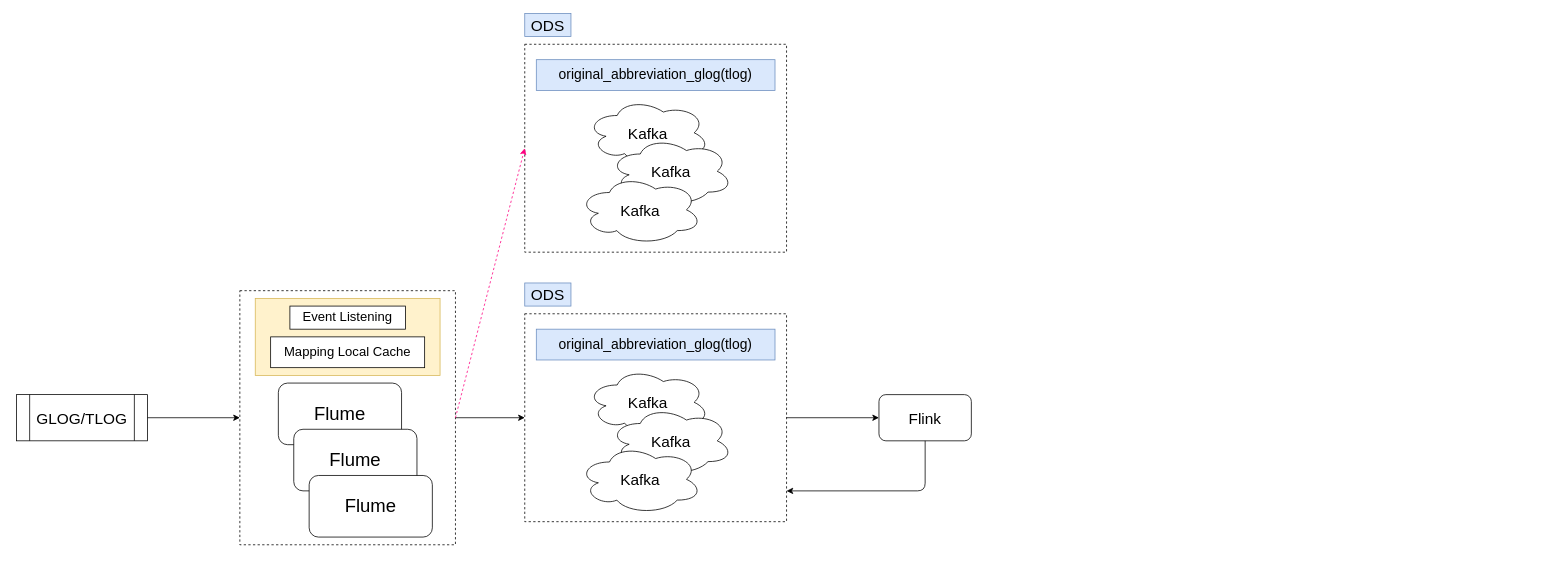
This is map/Real-Time-Data-Split.drawio from imperio-wxm/draw, a draw.io file, before an edit. Source tidied: cells renumbered, new cells numbered last; positions are measured from the earlier drawing's top-left corner, leaving out a move shared by most shapes. Both pictures are drawn from the tidied source at 77%, with x=0, y=0 at pixel (16, 13).
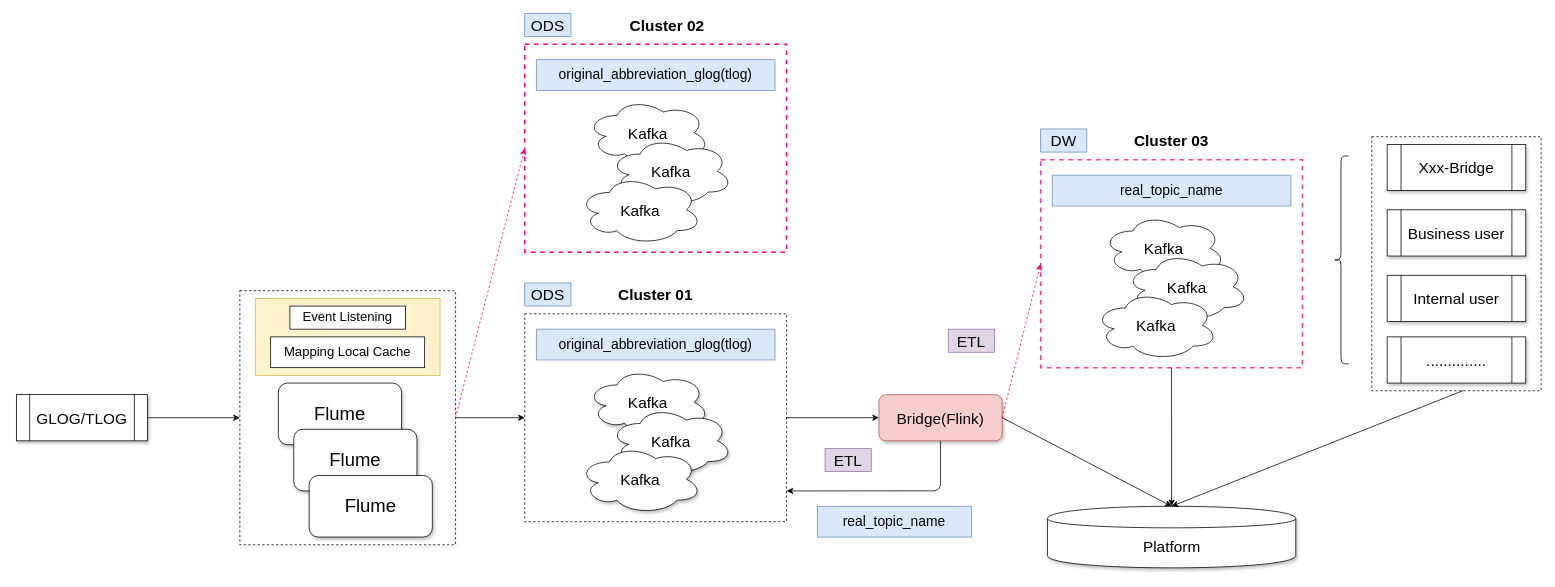
The same page after the edit.

The edit, as a diff of the source:
```diff
@@
+    <mxCell id="12" style="group;shadow=1;" parent="1" vertex="1">
+      <mxGeometry x="660" y="390" width="340" height="270" as="geometry" />
+    </mxCell>
+    <mxCell id="18" style="rounded=0;whiteSpace=wrap;html=1;fillColor=none;dashed=1;" parent="12" vertex="1">
+      <mxGeometry width="340" height="270" as="geometry" />
+    </mxCell>
+    <mxCell id="13" style="group;shadow=0;" parent="12" vertex="1">
+      <mxGeometry x="70" y="70" width="200" height="190" as="geometry" />
+    </mxCell>
+    <mxCell id="14" value="&lt;font style=&quot;font-size: 20px&quot;&gt;Kafka&lt;/font&gt;" style="ellipse;shape=cloud;whiteSpace=wrap;html=1;shadow=1;" parent="13" vertex="1">
+      <mxGeometry x="10" width="160" height="90" as="geometry" />
+    </mxCell>
+    <mxCell id="15" value="&lt;font style=&quot;font-size: 20px&quot;&gt;Kafka&lt;/font&gt;" style="ellipse;shape=cloud;whiteSpace=wrap;html=1;shadow=1;" parent="13" vertex="1">
+      <mxGeometry x="40" y="50" width="160" height="90" as="geometry" />
+    </mxCell>
+    <mxCell id="16" value="&lt;font style=&quot;font-size: 20px&quot;&gt;Kafka&lt;/font&gt;" style="ellipse;shape=cloud;whiteSpace=wrap;html=1;shadow=1;" parent="13" vertex="1">
+      <mxGeometry y="100" width="160" height="90" as="geometry" />
+    </mxCell>
+    <mxCell id="17" value="&lt;font style=&quot;font-size: 18px&quot;&gt;original_abbreviation_glog(tlog)&lt;/font&gt;" style="text;html=1;strokeColor=#6c8ebf;fillColor=#dae8fc;align=center;verticalAlign=middle;whiteSpace=wrap;rounded=0;" parent="12" vertex="1">
+      <mxGeometry x="15" y="20" width="310" height="40" as="geometry" />
+    </mxCell>
+    <mxCell id="32" style="rounded=0;whiteSpace=wrap;html=1;strokeColor=#000000;strokeWidth=1;fillColor=none;dashed=1;" parent="1" vertex="1">
+      <mxGeometry x="1760" y="160" width="220" height="330" as="geometry" />
+    </mxCell>
-    <mxCell id="2" style="rounded=0;whiteSpace=wrap;html=1;fillColor=none;dashed=1;" parent="1" vertex="1">
+    <mxCell id="2" style="rounded=0;whiteSpace=wrap;html=1;fillColor=none;dashed=1;glass=0;comic=0;shadow=1;" parent="1" vertex="1">
       <mxGeometry x="290" y="360" width="280" height="330" as="geometry" />
     </mxCell>
-    <mxCell id="3" value="&lt;font style=&quot;font-size: 20px&quot;&gt;GLOG/TLOG&lt;/font&gt;" style="shape=process;whiteSpace=wrap;html=1;backgroundOutline=1;fillColor=#ffffff;" parent="1" vertex="1">
+    <mxCell id="3" value="&lt;font style=&quot;font-size: 20px&quot;&gt;GLOG/TLOG&lt;/font&gt;" style="shape=process;whiteSpace=wrap;html=1;backgroundOutline=1;fillColor=#ffffff;shadow=1;" parent="1" vertex="1">
       <mxGeometry y="495" width="170" height="60" as="geometry" />
     </mxCell>
@@
-    <mxCell id="9" value="&lt;font style=&quot;font-size: 24px&quot;&gt;Flume&lt;/font&gt;" style="rounded=1;whiteSpace=wrap;html=1;" parent="1" vertex="1">
+    <mxCell id="9" value="&lt;font style=&quot;font-size: 24px&quot;&gt;Flume&lt;/font&gt;" style="rounded=1;whiteSpace=wrap;html=1;shadow=1;" parent="1" vertex="1">
       <mxGeometry x="340" y="480" width="160" height="80" as="geometry" />
     </mxCell>
-    <mxCell id="10" value="&lt;font style=&quot;font-size: 24px&quot;&gt;Flume&lt;/font&gt;" style="rounded=1;whiteSpace=wrap;html=1;" parent="1" vertex="1">
+    <mxCell id="10" value="&lt;font style=&quot;font-size: 24px&quot;&gt;Flume&lt;/font&gt;" style="rounded=1;whiteSpace=wrap;html=1;shadow=1;" parent="1" vertex="1">
       <mxGeometry x="360" y="540" width="160" height="80" as="geometry" />
     </mxCell>
-    <mxCell id="11" value="&lt;font style=&quot;font-size: 24px&quot;&gt;Flume&lt;/font&gt;" style="rounded=1;whiteSpace=wrap;html=1;" parent="1" vertex="1">
+    <mxCell id="11" value="&lt;font style=&quot;font-size: 24px&quot;&gt;Flume&lt;/font&gt;" style="rounded=1;whiteSpace=wrap;html=1;shadow=1;" parent="1" vertex="1">
       <mxGeometry x="380" y="600" width="160" height="80" as="geometry" />
     </mxCell>
-    <mxCell id="12" style="group;" parent="1" vertex="1">
-      <mxGeometry x="660" y="390" width="340" height="270" as="geometry" />
-    </mxCell>
-    <mxCell id="13" style="group;" parent="12" vertex="1">
-      <mxGeometry x="70" y="70" width="200" height="190" as="geometry" />
-    </mxCell>
-    <mxCell id="14" value="&lt;font style=&quot;font-size: 20px&quot;&gt;Kafka&lt;/font&gt;" style="ellipse;shape=cloud;whiteSpace=wrap;html=1;" parent="13" vertex="1">
-      <mxGeometry x="10" width="160" height="90" as="geometry" />
-    </mxCell>
-    <mxCell id="15" value="&lt;font style=&quot;font-size: 20px&quot;&gt;Kafka&lt;/font&gt;" style="ellipse;shape=cloud;whiteSpace=wrap;html=1;" parent="13" vertex="1">
-      <mxGeometry x="40" y="50" width="160" height="90" as="geometry" />
-    </mxCell>
-    <mxCell id="16" value="&lt;font style=&quot;font-size: 20px&quot;&gt;Kafka&lt;/font&gt;" style="ellipse;shape=cloud;whiteSpace=wrap;html=1;" parent="13" vertex="1">
-      <mxGeometry y="100" width="160" height="90" as="geometry" />
-    </mxCell>
-    <mxCell id="17" value="&lt;font style=&quot;font-size: 18px&quot;&gt;original_abbreviation_glog(tlog)&lt;/font&gt;" style="text;html=1;strokeColor=#6c8ebf;fillColor=#dae8fc;align=center;verticalAlign=middle;whiteSpace=wrap;rounded=0;" parent="12" vertex="1">
-      <mxGeometry x="15" y="20" width="310" height="40" as="geometry" />
-    </mxCell>
-    <mxCell id="18" style="rounded=0;whiteSpace=wrap;html=1;fillColor=none;dashed=1;" parent="12" vertex="1">
-      <mxGeometry width="340" height="270" as="geometry" />
-    </mxCell>
@@
-    <mxCell id="21" value="&lt;font style=&quot;font-size: 20px&quot;&gt;Flink&lt;/font&gt;" style="rounded=1;whiteSpace=wrap;html=1;" parent="1" vertex="1">
-      <mxGeometry x="1120" y="495" width="120" height="60" as="geometry" />
+    <mxCell id="21" value="&lt;span style=&quot;font-size: 20px&quot;&gt;Bridge(Flink)&lt;/span&gt;" style="rounded=1;whiteSpace=wrap;html=1;fillColor=#f8cecc;strokeColor=#b85450;shadow=1;" parent="1" vertex="1">
+      <mxGeometry x="1120" y="495" width="160" height="60" as="geometry" />
     </mxCell>
@@
     <mxCell id="23" style="edgeStyle=segmentEdgeStyle;endArrow=classic;html=1;exitX=0.5;exitY=1;exitDx=0;exitDy=0;entryX=1;entryY=0.852;entryDx=0;entryDy=0;entryPerimeter=0;" parent="1" edge="1" source="21" target="18">
       <mxGeometry relative="1" as="geometry">
         <Array as="points">
-          <mxPoint x="1180" y="620" />
+          <mxPoint x="1200" y="620" />
         </Array>
       </mxGeometry>
     </mxCell>
@@
-    <mxCell id="30" style="rounded=0;whiteSpace=wrap;html=1;fillColor=none;dashed=1;" parent="1" vertex="1">
+    <mxCell id="30" style="rounded=0;whiteSpace=wrap;html=1;fillColor=none;dashed=1;strokeColor=#FF0080;strokeWidth=2;" parent="1" vertex="1">
       <mxGeometry x="660" y="40" width="340" height="270" as="geometry" />
     </mxCell>
@@
+    <mxCell id="33" value="&lt;font style=&quot;font-size: 20px&quot;&gt;&lt;b&gt;Cluster 02&lt;/b&gt;&lt;/font&gt;" style="text;html=1;strokeColor=none;fillColor=none;align=center;verticalAlign=middle;whiteSpace=wrap;rounded=0;dashed=1;" parent="1" vertex="1">
+      <mxGeometry x="780" width="130" height="30" as="geometry" />
+    </mxCell>
+    <mxCell id="34" value="&lt;font style=&quot;font-size: 20px&quot;&gt;&lt;b&gt;Cluster 01&lt;/b&gt;&lt;/font&gt;" style="text;html=1;strokeColor=none;fillColor=none;align=center;verticalAlign=middle;whiteSpace=wrap;rounded=0;dashed=1;shadow=0;" parent="1" vertex="1">
+      <mxGeometry x="765" y="350" width="130" height="30" as="geometry" />
+    </mxCell>
+    <mxCell id="35" style="group;strokeWidth=2;" parent="1" vertex="1">
+      <mxGeometry x="1330" y="190" width="340" height="270" as="geometry" />
+    </mxCell>
+    <mxCell id="36" style="rounded=0;whiteSpace=wrap;html=1;fillColor=none;dashed=1;strokeColor=#FF3399;strokeWidth=2;" parent="35" vertex="1">
+      <mxGeometry width="340" height="270" as="geometry" />
+    </mxCell>
+    <mxCell id="37" style="group;" parent="35" vertex="1">
+      <mxGeometry x="70" y="70" width="200" height="190" as="geometry" />
+    </mxCell>
+    <mxCell id="38" value="&lt;font style=&quot;font-size: 20px&quot;&gt;Kafka&lt;/font&gt;" style="ellipse;shape=cloud;whiteSpace=wrap;html=1;" parent="37" vertex="1">
+      <mxGeometry x="10" width="160" height="90" as="geometry" />
+    </mxCell>
+    <mxCell id="39" value="&lt;font style=&quot;font-size: 20px&quot;&gt;Kafka&lt;/font&gt;" style="ellipse;shape=cloud;whiteSpace=wrap;html=1;" parent="37" vertex="1">
+      <mxGeometry x="40" y="50" width="160" height="90" as="geometry" />
+    </mxCell>
+    <mxCell id="40" value="&lt;font style=&quot;font-size: 20px&quot;&gt;Kafka&lt;/font&gt;" style="ellipse;shape=cloud;whiteSpace=wrap;html=1;" parent="37" vertex="1">
+      <mxGeometry y="100" width="160" height="90" as="geometry" />
+    </mxCell>
+    <mxCell id="41" value="&lt;span style=&quot;font-size: 18px&quot;&gt;real_topic_name&lt;/span&gt;" style="text;html=1;strokeColor=#6c8ebf;fillColor=#dae8fc;align=center;verticalAlign=middle;whiteSpace=wrap;rounded=0;" parent="35" vertex="1">
+      <mxGeometry x="15" y="20" width="310" height="40" as="geometry" />
+    </mxCell>
+    <mxCell id="42" value="&lt;font style=&quot;font-size: 20px&quot;&gt;DW&lt;/font&gt;" style="text;html=1;strokeColor=#6c8ebf;fillColor=#dae8fc;align=center;verticalAlign=middle;whiteSpace=wrap;rounded=0;" parent="1" vertex="1">
+      <mxGeometry x="1330" y="150" width="60" height="30" as="geometry" />
+    </mxCell>
+    <mxCell id="43" value="&lt;font style=&quot;font-size: 20px&quot;&gt;&lt;b&gt;Cluster 03&lt;/b&gt;&lt;/font&gt;" style="text;html=1;strokeColor=none;fillColor=none;align=center;verticalAlign=middle;whiteSpace=wrap;rounded=0;dashed=1;" parent="1" vertex="1">
+      <mxGeometry x="1435" y="150" width="130" height="30" as="geometry" />
+    </mxCell>
+    <mxCell id="44" style="endArrow=classic;html=1;strokeColor=#FF0080;exitX=1;exitY=0.5;exitDx=0;exitDy=0;entryX=0;entryY=0.5;entryDx=0;entryDy=0;dashed=1;" parent="1" edge="1" source="21" target="36">
+      <mxGeometry relative="1" as="geometry" />
+    </mxCell>
+    <mxCell id="45" style="group;shadow=1;" parent="1" vertex="1">
+      <mxGeometry x="1780" y="170" width="180" height="310" as="geometry" />
+    </mxCell>
+    <mxCell id="46" value="&lt;font style=&quot;font-size: 20px&quot;&gt;Xxx-Bridge&lt;/font&gt;" style="shape=process;whiteSpace=wrap;html=1;backgroundOutline=1;strokeColor=#000000;strokeWidth=1;fillColor=#ffffff;shadow=1;" parent="45" vertex="1">
+      <mxGeometry width="180" height="60" as="geometry" />
+    </mxCell>
+    <mxCell id="47" value="&lt;span style=&quot;font-family: &amp;#34;microsoft yahei&amp;#34; , &amp;#34;arial&amp;#34; , &amp;#34;helvetica&amp;#34; , sans-serif ; text-align: left ; background-color: rgb(255 , 255 , 255)&quot;&gt;&lt;font style=&quot;font-size: 20px&quot;&gt;Business user&lt;/font&gt;&lt;/span&gt;" style="shape=process;whiteSpace=wrap;html=1;backgroundOutline=1;strokeColor=#000000;strokeWidth=1;fillColor=#ffffff;shadow=1;" parent="45" vertex="1">
+      <mxGeometry y="85" width="180" height="60" as="geometry" />
+    </mxCell>
+    <mxCell id="48" value="&lt;span style=&quot;font-family: &amp;#34;microsoft yahei&amp;#34; , &amp;#34;arial&amp;#34; , &amp;#34;helvetica&amp;#34; , sans-serif ; text-align: left ; background-color: rgb(255 , 255 , 255)&quot;&gt;&lt;font style=&quot;font-size: 20px&quot;&gt;Internal user&lt;/font&gt;&lt;/span&gt;" style="shape=process;whiteSpace=wrap;html=1;backgroundOutline=1;strokeColor=#000000;strokeWidth=1;fillColor=#ffffff;shadow=1;" parent="45" vertex="1">
+      <mxGeometry y="170" width="180" height="60" as="geometry" />
+    </mxCell>
+    <mxCell id="49" value="&lt;span style=&quot;font-family: &amp;#34;microsoft yahei&amp;#34; , &amp;#34;arial&amp;#34; , &amp;#34;helvetica&amp;#34; , sans-serif ; text-align: left ; background-color: rgb(255 , 255 , 255)&quot;&gt;&lt;font style=&quot;font-size: 20px&quot;&gt;..............&lt;/font&gt;&lt;/span&gt;" style="shape=process;whiteSpace=wrap;html=1;backgroundOutline=1;strokeColor=#000000;strokeWidth=1;fillColor=#ffffff;shadow=1;" parent="45" vertex="1">
+      <mxGeometry y="250" width="180" height="60" as="geometry" />
+    </mxCell>
+    <mxCell id="50" style="shape=curlyBracket;whiteSpace=wrap;html=1;rounded=1;strokeColor=#000000;strokeWidth=1;fillColor=#ffffff;" parent="1" vertex="1">
+      <mxGeometry x="1710" y="185" width="20" height="270" as="geometry" />
+    </mxCell>
+    <mxCell id="51" value="&lt;span style=&quot;font-family: &amp;#34;microsoft yahei&amp;#34; , &amp;#34;arial&amp;#34; , &amp;#34;helvetica&amp;#34; , sans-serif ; text-align: left ; background-color: rgb(255 , 255 , 255)&quot;&gt;&lt;font style=&quot;font-size: 20px&quot;&gt;Platform&lt;/font&gt;&lt;/span&gt;" style="shape=cylinder;whiteSpace=wrap;html=1;boundedLbl=1;backgroundOutline=1;strokeColor=#000000;strokeWidth=1;fillColor=#ffffff;shadow=1;" parent="1" vertex="1">
+      <mxGeometry x="1338.8" y="640" width="322.5" height="80" as="geometry" />
+    </mxCell>
+    <mxCell id="52" style="endArrow=classic;html=1;strokeColor=#000000;exitX=1;exitY=0.5;exitDx=0;exitDy=0;entryX=0.5;entryY=0;entryDx=0;entryDy=0;" parent="1" edge="1" source="21" target="51">
+      <mxGeometry relative="1" as="geometry" />
+    </mxCell>
+    <mxCell id="53" style="endArrow=classic;html=1;strokeColor=#000000;exitX=0.5;exitY=1;exitDx=0;exitDy=0;entryX=0.5;entryY=0;entryDx=0;entryDy=0;" parent="1" edge="1" source="36" target="51">
+      <mxGeometry relative="1" as="geometry" />
+    </mxCell>
+    <mxCell id="54" value="&lt;font style=&quot;font-size: 20px&quot;&gt;ETL&lt;/font&gt;" style="text;html=1;strokeColor=#9673a6;fillColor=#e1d5e7;align=center;verticalAlign=middle;whiteSpace=wrap;rounded=0;" parent="1" vertex="1">
+      <mxGeometry x="1210" y="410" width="60" height="30" as="geometry" />
+    </mxCell>
+    <mxCell id="55" style="endArrow=classic;html=1;strokeColor=#000000;exitX=0.541;exitY=0.999;exitDx=0;exitDy=0;exitPerimeter=0;entryX=0.5;entryY=0;entryDx=0;entryDy=0;" parent="1" edge="1" source="32" target="51">
+      <mxGeometry relative="1" as="geometry" />
+    </mxCell>
+    <mxCell id="56" value="&lt;font style=&quot;font-size: 20px&quot;&gt;ETL&lt;/font&gt;" style="text;html=1;strokeColor=#9673a6;fillColor=#e1d5e7;align=center;verticalAlign=middle;whiteSpace=wrap;rounded=0;" parent="1" vertex="1">
+      <mxGeometry x="1050" y="565" width="60" height="30" as="geometry" />
+    </mxCell>
+    <mxCell id="57" value="&lt;span style=&quot;font-size: 18px&quot;&gt;real_topic_name&lt;/span&gt;" style="text;html=1;strokeColor=#6c8ebf;fillColor=#dae8fc;align=center;verticalAlign=middle;whiteSpace=wrap;rounded=0;" parent="1" vertex="1">
+      <mxGeometry x="1040" y="640" width="200" height="40" as="geometry" />
+    </mxCell>
```
